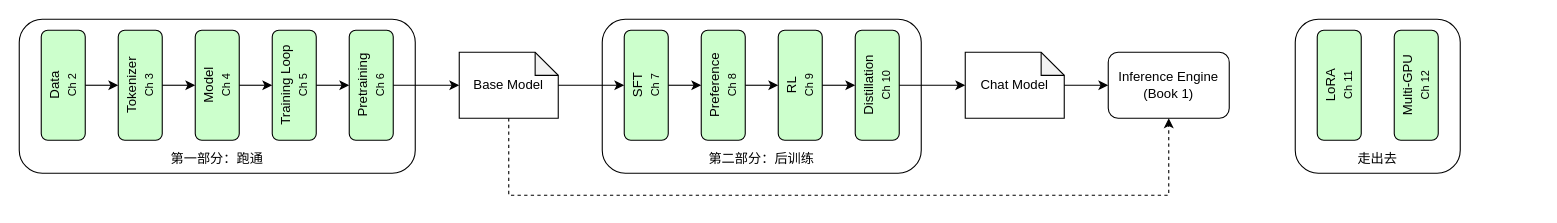
Earlier version of the draw.io diagram toyllm_book2/draw/ch01.drawio (zxh0/vibe-writing). Source tidied: cells renumbered, new cells numbered last; positions are measured from the earlier drawing's top-left corner, leaving out a move shared by most shapes. Both pictures are drawn from the tidied source at 110%, with x=0, y=0 at pixel (8, 19).
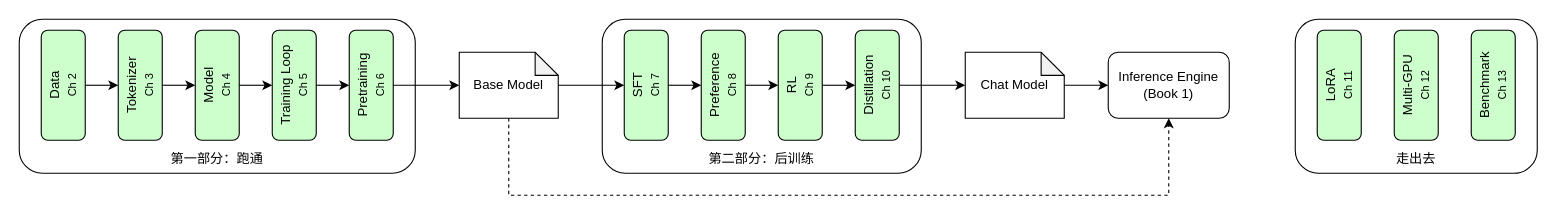
The same page after the edit.

Change to the diagram source:
```diff
@@
     <mxCell id="28" value="走出去" style="rounded=1;whiteSpace=wrap;html=1;fillColor=none;verticalAlign=bottom;spacingBottom=4;" parent="1" vertex="1">
-      <mxGeometry x="1170" width="150" height="140" as="geometry" />
+      <mxGeometry x="1170" width="220" height="140" as="geometry" />
     </mxCell>
@@
+    <mxCell id="31" value="Benchmark&lt;br&gt;&lt;font style=&quot;font-size: 10px;&quot;&gt;Ch 13&lt;/font&gt;" style="rounded=1;whiteSpace=wrap;html=1;fillColor=#CCFFCC;rotation=-90;" parent="1" vertex="1">
+      <mxGeometry x="1300" y="40" width="100" height="40" as="geometry" />
+    </mxCell>
```
